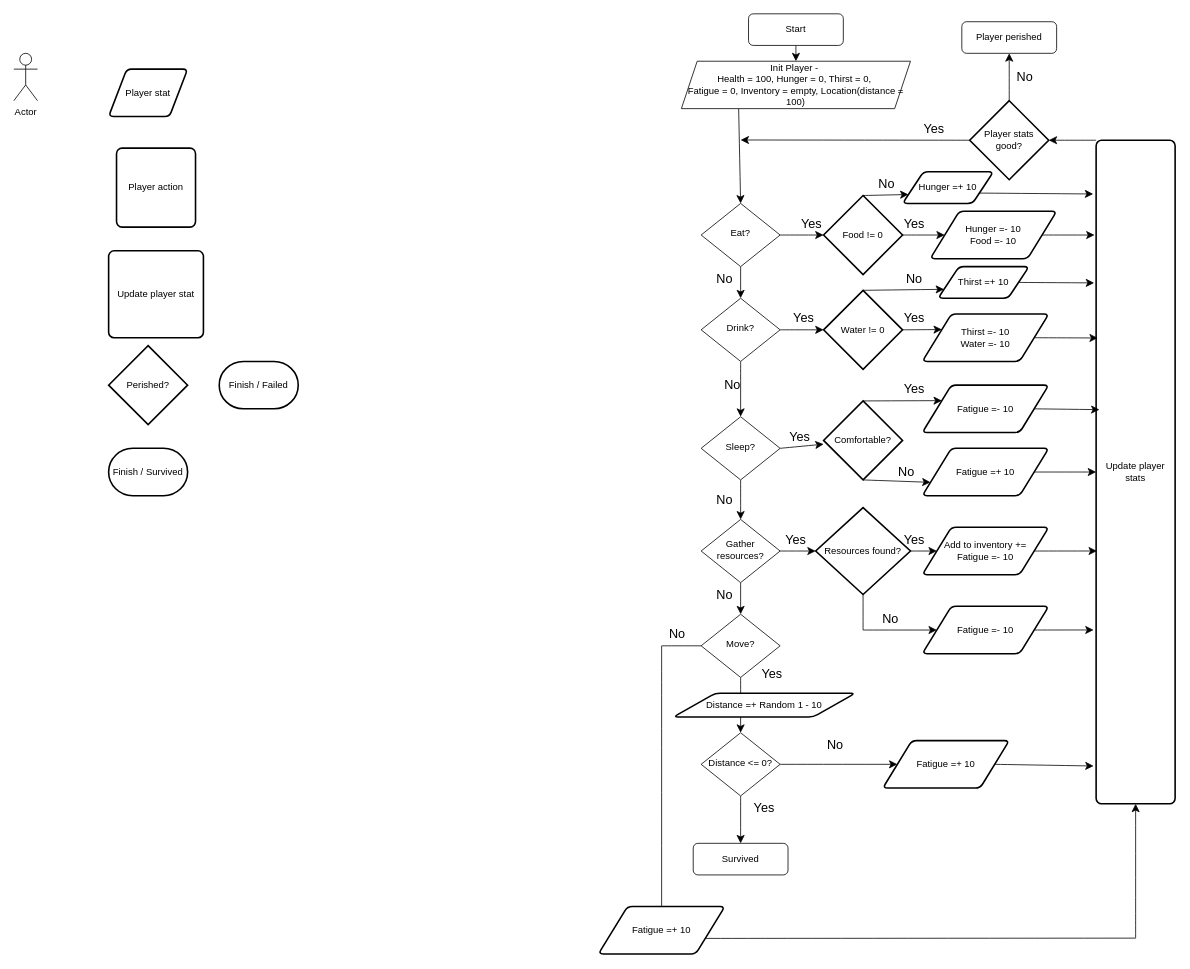
This is Untitled Diagram.drawio from RobertJohn-/react-person-crud, a draw.io file, before an edit. Source tidied: cells renumbered, new cells numbered last; positions are measured from the earlier drawing's top-left corner, leaving out a move shared by most shapes. Both pictures are drawn from the tidied source at 79%, with x=0, y=0 at pixel (13, 13).
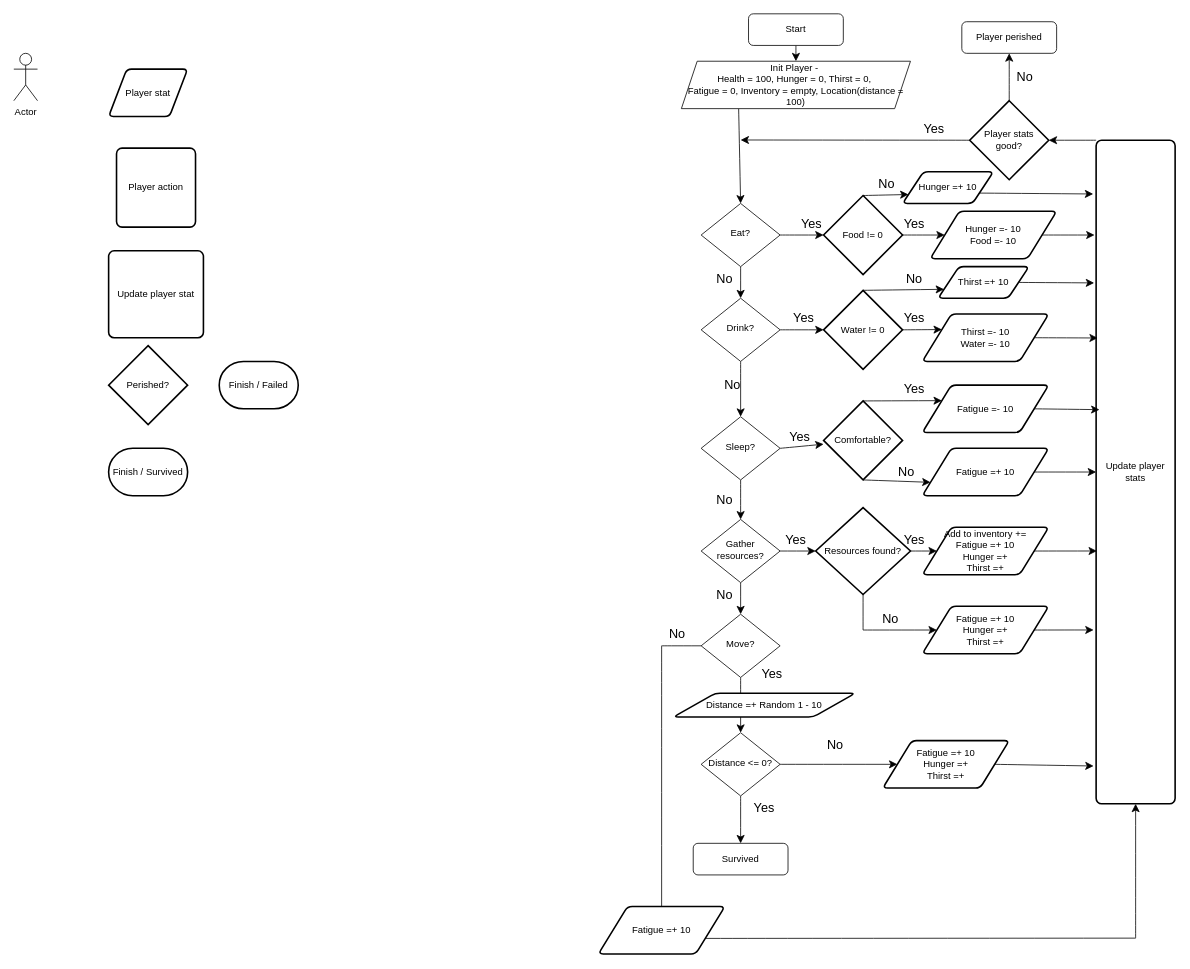
After the change.

The edit, as a diff of the source:
```diff
@@
-    <mxCell id="33" value="Add to inventory +=&lt;div&gt;Fatigue =- 10&lt;/div&gt;" style="shape=parallelogram;html=1;strokeWidth=2;perimeter=parallelogramPerimeter;whiteSpace=wrap;rounded=1;arcSize=12;size=0.23;" parent="1" vertex="1">
+    <mxCell id="33" value="Add to inventory +=&lt;div&gt;Fatigue =+ 10&lt;div&gt;Hunger =+&lt;/div&gt;&lt;div&gt;Thirst =+&lt;/div&gt;&lt;/div&gt;" style="shape=parallelogram;html=1;strokeWidth=2;perimeter=parallelogramPerimeter;whiteSpace=wrap;rounded=1;arcSize=12;size=0.23;" parent="1" vertex="1">
       <mxGeometry x="1150" y="650" width="160" height="60" as="geometry" />
     </mxCell>
@@
-    <mxCell id="47" value="Fatigue =- 10" style="shape=parallelogram;html=1;strokeWidth=2;perimeter=parallelogramPerimeter;whiteSpace=wrap;rounded=1;arcSize=12;size=0.23;" parent="1" vertex="1">
+    <mxCell id="47" value="Fatigue =+ 10&lt;div&gt;Hunger =+&lt;/div&gt;&lt;div&gt;Thirst =+&lt;/div&gt;" style="shape=parallelogram;html=1;strokeWidth=2;perimeter=parallelogramPerimeter;whiteSpace=wrap;rounded=1;arcSize=12;size=0.23;" parent="1" vertex="1">
       <mxGeometry x="1150" y="750" width="160" height="60" as="geometry" />
     </mxCell>
@@
-    <mxCell id="86" value="Fatigue =+ 10" style="shape=parallelogram;html=1;strokeWidth=2;perimeter=parallelogramPerimeter;whiteSpace=wrap;rounded=1;arcSize=12;size=0.23;" parent="1" vertex="1">
+    <mxCell id="86" value="Fatigue =+ 10&lt;div&gt;Hunger =+&lt;/div&gt;&lt;div&gt;Thirst =+&lt;/div&gt;" style="shape=parallelogram;html=1;strokeWidth=2;perimeter=parallelogramPerimeter;whiteSpace=wrap;rounded=1;arcSize=12;size=0.23;" parent="1" vertex="1">
       <mxGeometry x="1100" y="920" width="160" height="60" as="geometry" />
     </mxCell>
```
